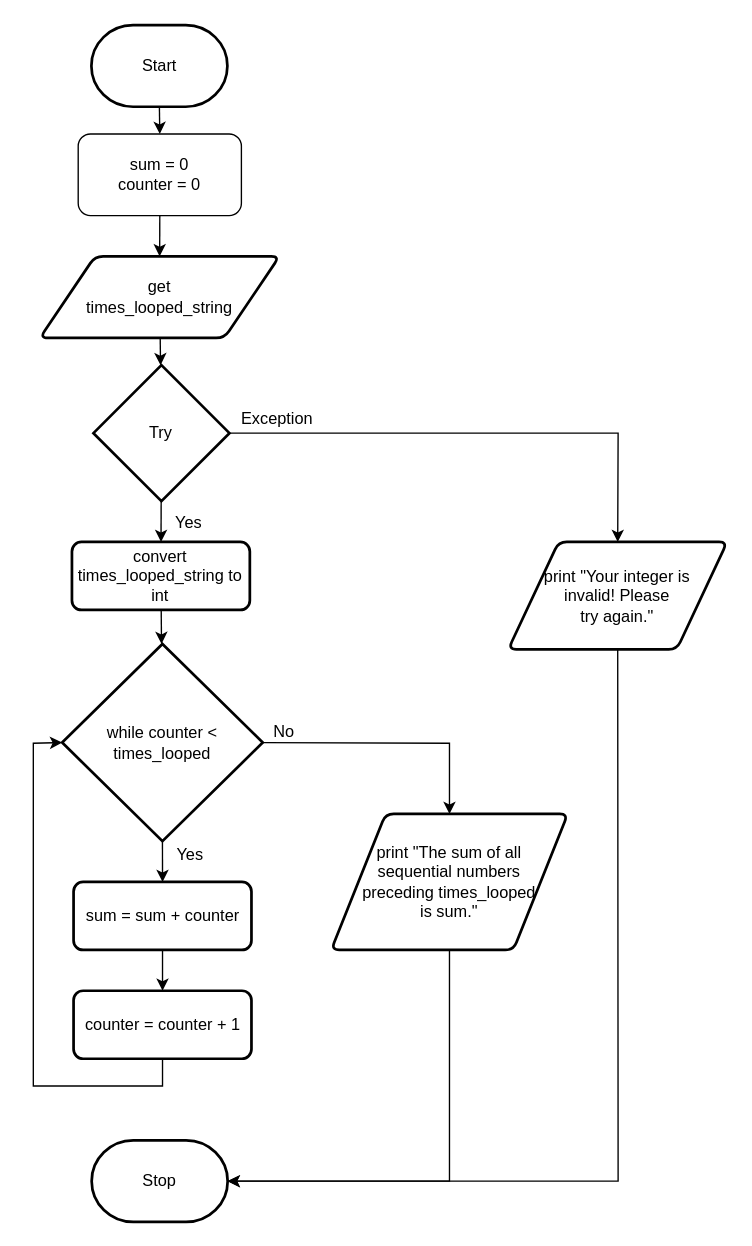
The draw.io diagram drawio/flowchart/flowchart.drawio in Aidan-Lalonde-Novales/ICS3U-Unit4-01-Python, before the edit. Source tidied: cells renumbered, new cells numbered last; positions are measured from the earlier drawing's top-left corner, leaving out a move shared by most shapes. Both pictures are drawn from the tidied source at 136%, with x=0, y=0 at pixel (33, 24).
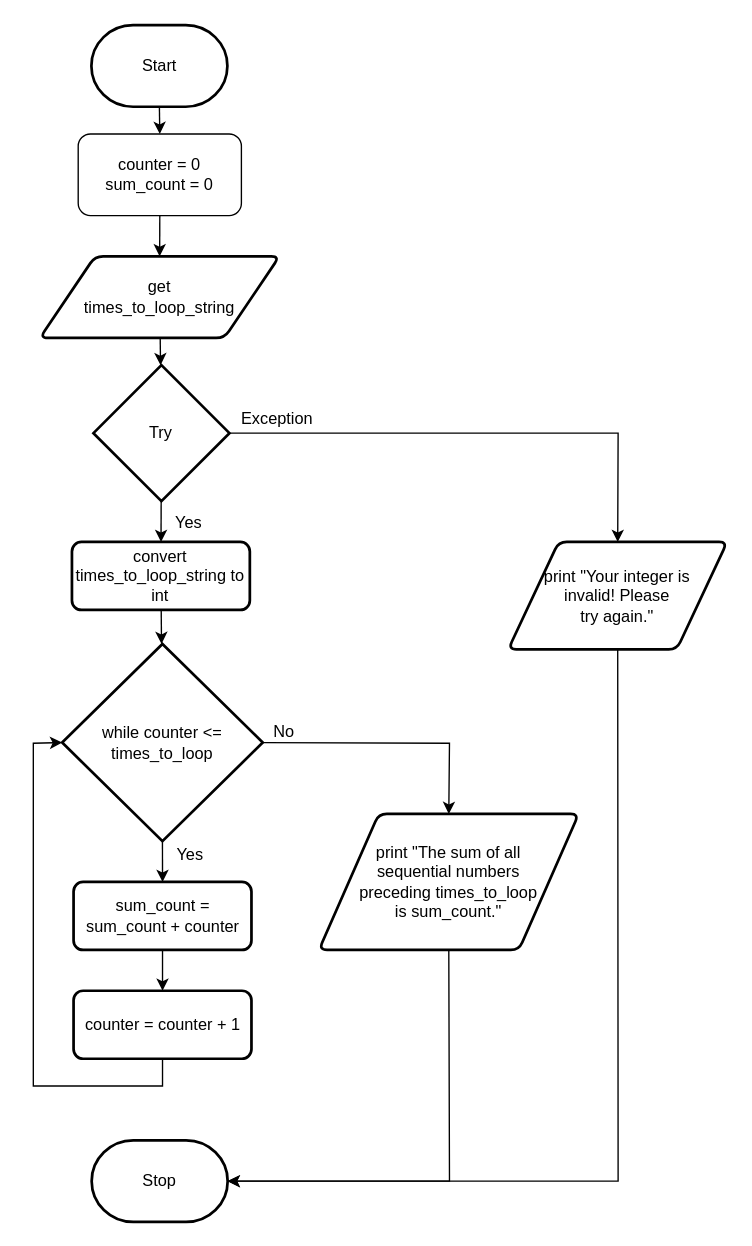
Above is the later version.

The edit, as a diff of the source:
```diff
@@
-    <mxCell id="5" value="get&lt;br&gt;times_looped_string" style="shape=parallelogram;html=1;strokeWidth=2;perimeter=parallelogramPerimeter;whiteSpace=wrap;rounded=1;arcSize=12;size=0.23;" parent="1" vertex="1">
+    <mxCell id="5" value="get&lt;br&gt;times_to_loop_string" style="shape=parallelogram;html=1;strokeWidth=2;perimeter=parallelogramPerimeter;whiteSpace=wrap;rounded=1;arcSize=12;size=0.23;" parent="1" vertex="1">
       <mxGeometry x="4.8" y="170" width="176.2" height="60" as="geometry" />
     </mxCell>
@@
-    <mxCell id="9" value="while counter &amp;lt; times_looped" style="strokeWidth=2;html=1;shape=mxgraph.flowchart.decision;whiteSpace=wrap;" parent="1" vertex="1">
+    <mxCell id="9" value="while counter &amp;lt;= times_to_loop" style="strokeWidth=2;html=1;shape=mxgraph.flowchart.decision;whiteSpace=wrap;" parent="1" vertex="1">
       <mxGeometry x="21.2" y="455" width="147.5" height="145" as="geometry" />
     </mxCell>
@@
-    <mxCell id="18" value="&lt;span&gt;convert times_looped_string to int&lt;/span&gt;" style="rounded=1;whiteSpace=wrap;html=1;absoluteArcSize=1;arcSize=14;strokeWidth=2;" parent="1" vertex="1">
+    <mxCell id="18" value="&lt;span&gt;convert times_to_loop_string to int&lt;/span&gt;" style="rounded=1;whiteSpace=wrap;html=1;absoluteArcSize=1;arcSize=14;strokeWidth=2;" parent="1" vertex="1">
       <mxGeometry x="28.4" y="380" width="130.8" height="50" as="geometry" />
     </mxCell>
@@
-    <mxCell id="20" value="print &quot;The sum of all &lt;br&gt;sequential numbers &lt;br&gt;preceding times_looped &lt;br&gt;is sum.&quot;" style="shape=parallelogram;html=1;strokeWidth=2;perimeter=parallelogramPerimeter;whiteSpace=wrap;rounded=1;arcSize=12;size=0.23;" parent="1" vertex="1">
-      <mxGeometry x="219" y="580" width="174" height="100" as="geometry" />
+    <mxCell id="20" value="print &quot;The sum of all &lt;br&gt;sequential numbers &lt;br&gt;preceding times_to_loop&lt;br&gt;is sum_count.&quot;" style="shape=parallelogram;html=1;strokeWidth=2;perimeter=parallelogramPerimeter;whiteSpace=wrap;rounded=1;arcSize=12;size=0.23;" parent="1" vertex="1">
+      <mxGeometry x="210" y="580" width="191" height="100" as="geometry" />
     </mxCell>
@@
-    <mxCell id="24" value="sum = sum + counter" style="rounded=1;whiteSpace=wrap;html=1;absoluteArcSize=1;arcSize=14;strokeWidth=2;" parent="1" vertex="1">
+    <mxCell id="24" value="sum_count = sum_count + counter" style="rounded=1;whiteSpace=wrap;html=1;absoluteArcSize=1;arcSize=14;strokeWidth=2;" parent="1" vertex="1">
       <mxGeometry x="29.6" y="630" width="130.8" height="50" as="geometry" />
     </mxCell>
@@
-    <mxCell id="28" value="sum = 0&lt;br&gt;counter = 0" style="rounded=1;whiteSpace=wrap;html=1;" parent="1" vertex="1">
+    <mxCell id="28" value="counter = 0&lt;br&gt;sum_count = 0" style="rounded=1;whiteSpace=wrap;html=1;" parent="1" vertex="1">
       <mxGeometry x="33" y="80" width="120" height="60" as="geometry" />
     </mxCell>
```
